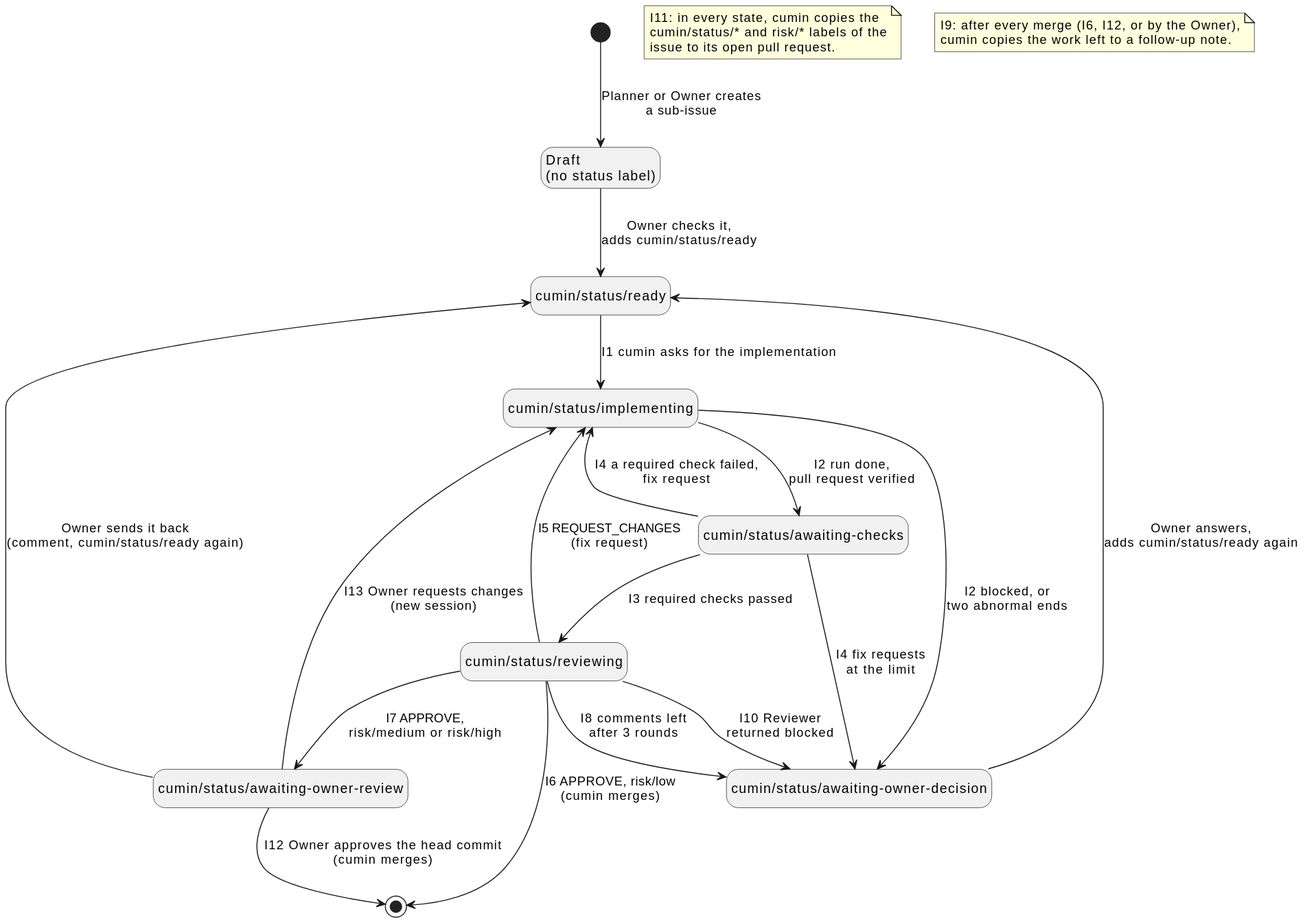
cloveclovedev/cumin-works keeps this PlantUML diagram as docs/ja/requirements/workflow/implementation-issue-states.svg. Above is the earlier version.
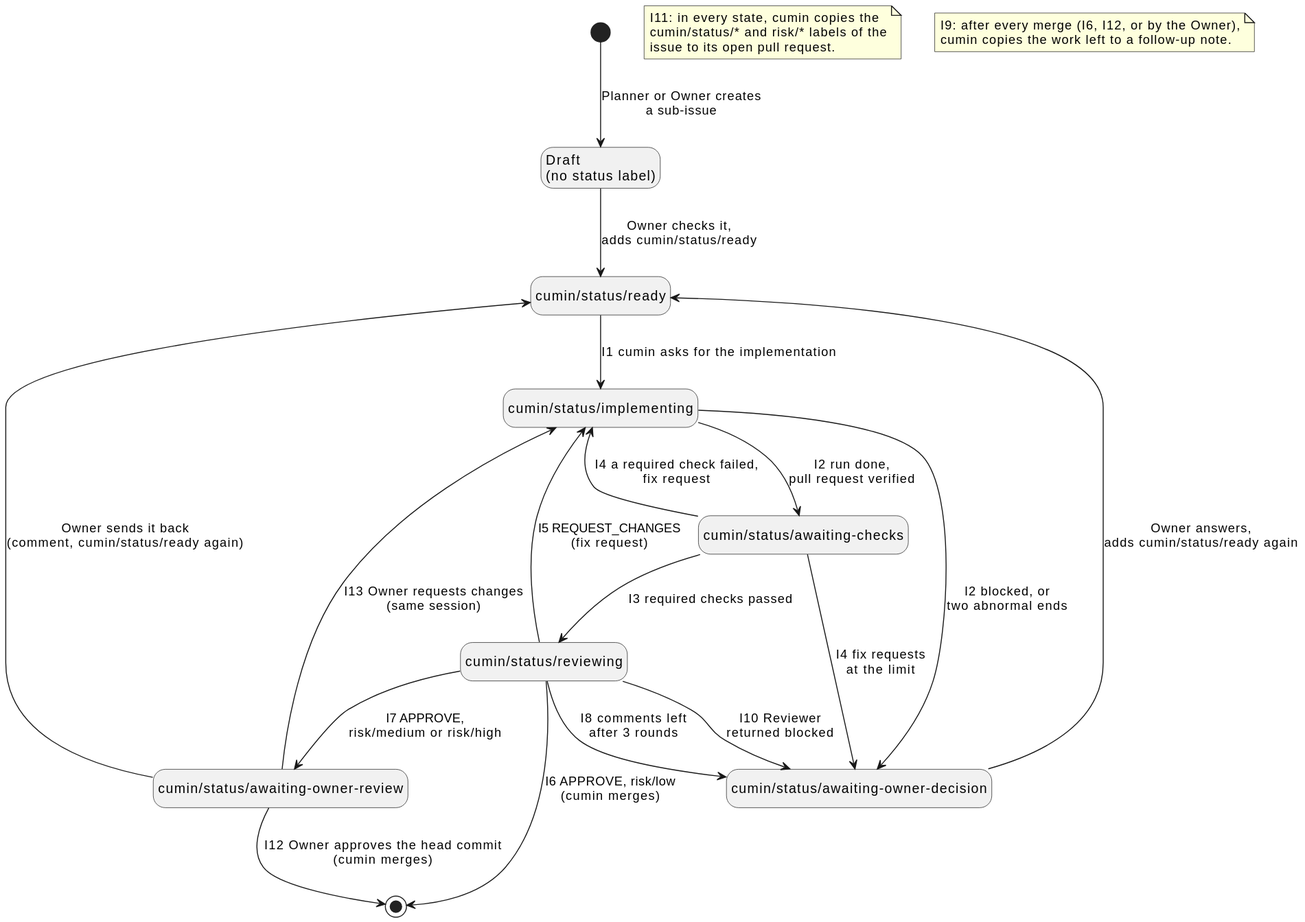
After the commit.

Commit message:
docs(requirements): address the Owner's review in the Implementer's last session

The edit, as a diff of the source:
```diff
@@ -24,7 +24,7 @@
 Reviewing --> Decision : I8 comments left\nafter 3 rounds
 Reviewing --> Decision : I10 Reviewer\nreturned blocked
 OwnerReview --> [*] : I12 Owner approves the head commit\n(cumin merges)
-OwnerReview --> Implementing : I13 Owner requests changes\n(new session)
+OwnerReview --> Implementing : I13 Owner requests changes\n(same session)
 OwnerReview --> Ready : Owner sends it back\n(comment, cumin/status/ready again)
 Decision --> Ready : Owner answers,\nadds cumin/status/ready again
 
```
